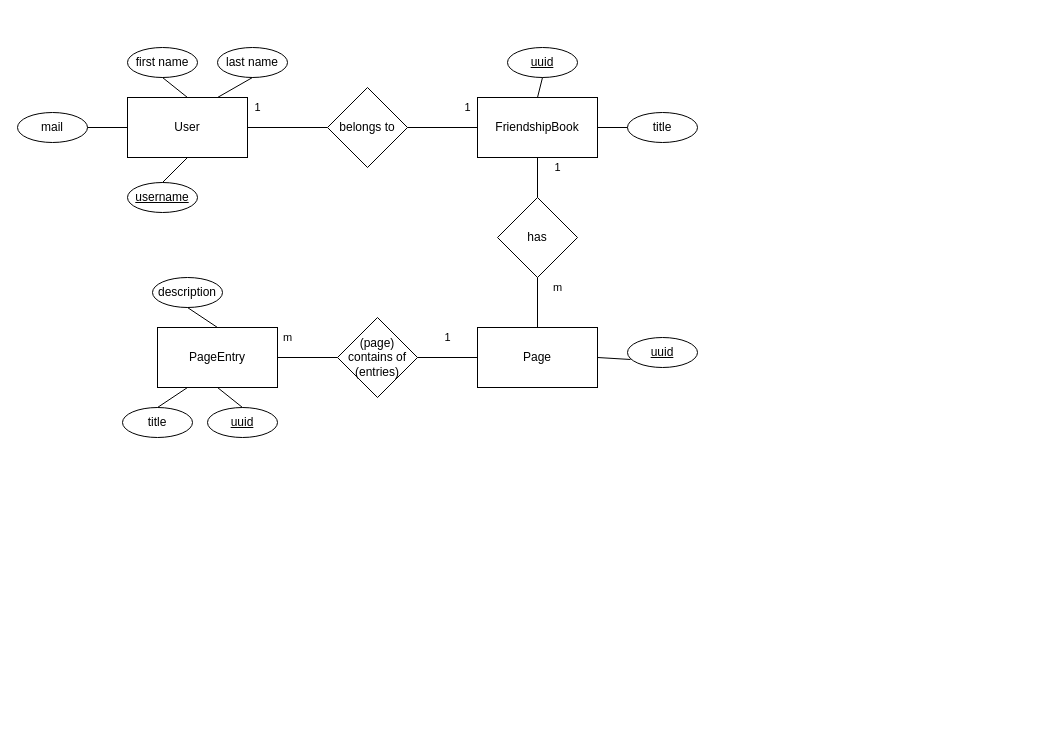
This is design/DatabaseERM.drawio from ninjeanne/bookly, a draw.io file, before an edit. Source tidied: cells renumbered, new cells numbered last; positions are measured from the earlier drawing's top-left corner, leaving out a move shared by most shapes. Both pictures are drawn from the tidied source at 100%, with x=0, y=0 at pixel (17, 47).
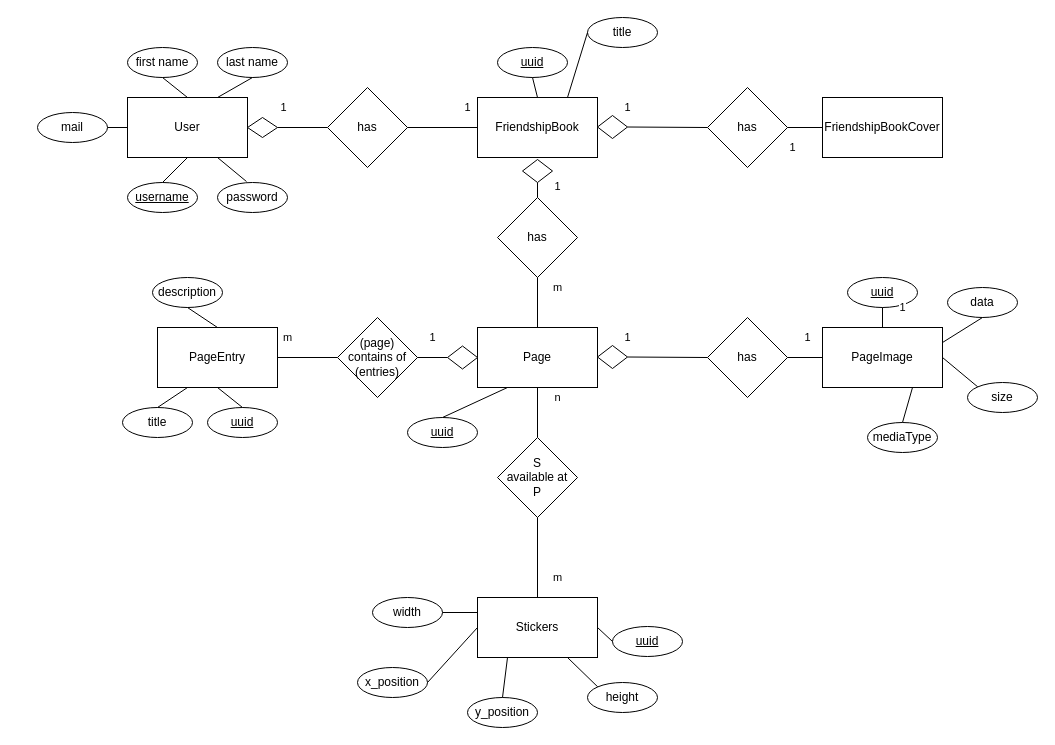
After the change.

Commit message (it also covers changes not shown here):
update database scheme

The change refers to these unchanged cells:
```xml
<mxCell id="2" value="User" style="rounded=0;whiteSpace=wrap;html=1;" parent="1" vertex="1">
  <mxGeometry x="110" y="50" width="120" height="60" as="geometry" />
</mxCell>
<mxCell id="3" value="FriendshipBook" style="rounded=0;whiteSpace=wrap;html=1;" parent="1" vertex="1">
  <mxGeometry x="460" y="50" width="120" height="60" as="geometry" />
</mxCell>
<mxCell id="4" value="Page" style="rounded=0;whiteSpace=wrap;html=1;" parent="1" vertex="1">
  <mxGeometry x="460" y="280" width="120" height="60" as="geometry" />
</mxCell>
<mxCell id="9" value="has" style="rhombus;whiteSpace=wrap;html=1;" parent="1" vertex="1">
  <mxGeometry x="480" y="150" width="80" height="80" as="geometry" />
</mxCell>
<mxCell id="12" value="(page) contains of (entries)" style="rhombus;whiteSpace=wrap;html=1;" parent="1" vertex="1">
  <mxGeometry x="320" y="270" width="80" height="80" as="geometry" />
</mxCell>
```

The edit, as a diff of the source:
```diff
@@
-    <mxCell id="6" value="1" style="endArrow=none;html=1;exitX=1;exitY=0.5;exitDx=0;exitDy=0;entryX=0;entryY=0.5;entryDx=0;entryDy=0;" parent="1" edge="1" source="2" target="7">
+    <mxCell id="6" value="1" style="endArrow=none;html=1;exitX=1;exitY=0.5;exitDx=0;exitDy=0;entryX=0;entryY=0.5;entryDx=0;entryDy=0;" parent="1" edge="1" source="39" target="7">
       <mxGeometry x="-0.75" y="20" relative="1" as="geometry" />
     </mxCell>
-    <mxCell id="7" value="belongs to" style="rhombus;whiteSpace=wrap;html=1;" parent="1" vertex="1">
+    <mxCell id="7" value="has" style="rhombus;whiteSpace=wrap;html=1;" parent="1" vertex="1">
       <mxGeometry x="310" y="40" width="80" height="80" as="geometry" />
     </mxCell>
@@
-    <mxCell id="10" value="1" style="endArrow=none;html=1;entryX=0.5;entryY=1;entryDx=0;entryDy=0;exitX=0.5;exitY=0;exitDx=0;exitDy=0;" parent="1" edge="1" source="9" target="3">
+    <mxCell id="10" value="1" style="endArrow=none;html=1;entryX=0.5;entryY=1;entryDx=0;entryDy=0;exitX=0.5;exitY=0;exitDx=0;exitDy=0;" parent="1" edge="1" source="9" target="47">
       <mxGeometry x="0.5" y="-20" relative="1" as="geometry" />
     </mxCell>
@@
-    <mxCell id="14" value="1" style="endArrow=none;html=1;entryX=0;entryY=0.5;entryDx=0;entryDy=0;exitX=1;exitY=0.5;exitDx=0;exitDy=0;" parent="1" edge="1" source="12" target="4">
+    <mxCell id="14" value="1" style="endArrow=none;html=1;entryX=0;entryY=0.5;entryDx=0;entryDy=0;exitX=1;exitY=0.5;exitDx=0;exitDy=0;" parent="1" edge="1" source="12" target="41">
       <mxGeometry y="20" relative="1" as="geometry" />
     </mxCell>
     <mxCell id="15" value="&lt;u&gt;uuid&lt;/u&gt;" style="ellipse;whiteSpace=wrap;html=1;" parent="1" vertex="1">
-      <mxGeometry x="610" y="290" width="70" height="30" as="geometry" />
+      <mxGeometry x="390" y="370" width="70" height="30" as="geometry" />
     </mxCell>
@@
     <mxCell id="17" value="&lt;u&gt;uuid&lt;/u&gt;" style="ellipse;whiteSpace=wrap;html=1;" parent="1" vertex="1">
-      <mxGeometry x="490" width="70" height="30" as="geometry" />
+      <mxGeometry x="480" width="70" height="30" as="geometry" />
     </mxCell>
@@
     <mxCell id="23" value="mail" style="ellipse;whiteSpace=wrap;html=1;" parent="1" vertex="1">
-      <mxGeometry y="65" width="70" height="30" as="geometry" />
+      <mxGeometry x="20" y="65" width="70" height="30" as="geometry" />
     </mxCell>
     <mxCell id="24" value="title" style="ellipse;whiteSpace=wrap;html=1;" parent="1" vertex="1">
-      <mxGeometry x="610" y="65" width="70" height="30" as="geometry" />
+      <mxGeometry x="570" y="-30" width="70" height="30" as="geometry" />
     </mxCell>
@@
-    <mxCell id="33" style="endArrow=none;html=1;entryX=0;entryY=0.5;entryDx=0;entryDy=0;exitX=1;exitY=0.5;exitDx=0;exitDy=0;" parent="1" edge="1" source="3" target="24">
+    <mxCell id="33" style="endArrow=none;html=1;entryX=0;entryY=0.5;entryDx=0;entryDy=0;exitX=0.75;exitY=0;exitDx=0;exitDy=0;" parent="1" edge="1" source="3" target="24">
       <mxGeometry relative="1" as="geometry" />
     </mxCell>
-    <mxCell id="34" style="endArrow=none;html=1;entryX=0.043;entryY=0.733;entryDx=0;entryDy=0;entryPerimeter=0;exitX=1;exitY=0.5;exitDx=0;exitDy=0;" parent="1" edge="1" source="4" target="15">
+    <mxCell id="34" style="endArrow=none;html=1;entryX=0.5;entryY=0;entryDx=0;entryDy=0;exitX=0.25;exitY=1;exitDx=0;exitDy=0;" parent="1" edge="1" source="4" target="15">
       <mxGeometry relative="1" as="geometry" />
     </mxCell>
+    <mxCell id="35" value="FriendshipBookCover" style="rounded=0;whiteSpace=wrap;html=1;" parent="1" vertex="1">
+      <mxGeometry x="805" y="50" width="120" height="60" as="geometry" />
+    </mxCell>
+    <mxCell id="36" value="has" style="rhombus;whiteSpace=wrap;html=1;" parent="1" vertex="1">
+      <mxGeometry x="690" y="40" width="80" height="80" as="geometry" />
+    </mxCell>
+    <mxCell id="37" value="1" style="endArrow=none;html=1;entryX=0;entryY=0.5;entryDx=0;entryDy=0;exitX=1;exitY=0.5;exitDx=0;exitDy=0;" parent="1" edge="1" source="36" target="35">
+      <mxGeometry x="-0.71" y="-20" relative="1" as="geometry" />
+    </mxCell>
+    <mxCell id="38" value="1" style="endArrow=none;html=1;exitX=1;exitY=0.5;exitDx=0;exitDy=0;entryX=0;entryY=0.5;entryDx=0;entryDy=0;" parent="1" edge="1" source="40" target="36">
+      <mxGeometry x="-1" y="20" relative="1" as="geometry" />
+    </mxCell>
+    <mxCell id="39" style="rhombus;whiteSpace=wrap;html=1;" parent="1" vertex="1">
+      <mxGeometry x="230" y="70" width="30" height="20" as="geometry" />
+    </mxCell>
+    <mxCell id="40" style="rhombus;whiteSpace=wrap;html=1;" parent="1" vertex="1">
+      <mxGeometry x="580" y="68" width="30" height="23" as="geometry" />
+    </mxCell>
+    <mxCell id="41" style="rhombus;whiteSpace=wrap;html=1;" parent="1" vertex="1">
+      <mxGeometry x="430" y="298.5" width="30" height="23" as="geometry" />
+    </mxCell>
+    <mxCell id="42" value="PageImage" style="rounded=0;whiteSpace=wrap;html=1;" parent="1" vertex="1">
+      <mxGeometry x="805" y="280" width="120" height="60" as="geometry" />
+    </mxCell>
+    <mxCell id="43" value="has" style="rhombus;whiteSpace=wrap;html=1;" parent="1" vertex="1">
+      <mxGeometry x="690" y="270" width="80" height="80" as="geometry" />
+    </mxCell>
+    <mxCell id="44" value="1" style="endArrow=none;html=1;entryX=0;entryY=0.5;entryDx=0;entryDy=0;exitX=1;exitY=0.5;exitDx=0;exitDy=0;" parent="1" edge="1" source="43" target="42">
+      <mxGeometry x="0.14" y="20" relative="1" as="geometry" />
+    </mxCell>
+    <mxCell id="45" value="1" style="endArrow=none;html=1;exitX=1;exitY=0.5;exitDx=0;exitDy=0;entryX=0;entryY=0.5;entryDx=0;entryDy=0;" parent="1" edge="1" source="46" target="43">
+      <mxGeometry x="-1" y="20" relative="1" as="geometry" />
+    </mxCell>
+    <mxCell id="46" style="rhombus;whiteSpace=wrap;html=1;" parent="1" vertex="1">
+      <mxGeometry x="580" y="298" width="30" height="23" as="geometry" />
+    </mxCell>
+    <mxCell id="47" style="rhombus;whiteSpace=wrap;html=1;" parent="1" vertex="1">
+      <mxGeometry x="505" y="112" width="30" height="23" as="geometry" />
+    </mxCell>
+    <mxCell id="48" value="&lt;u&gt;uuid&lt;/u&gt;" style="ellipse;whiteSpace=wrap;html=1;" parent="1" vertex="1">
+      <mxGeometry x="830" y="230" width="70" height="30" as="geometry" />
+    </mxCell>
+    <mxCell id="49" value="1" style="endArrow=none;html=1;exitX=0.5;exitY=1;exitDx=0;exitDy=0;entryX=0.5;entryY=0;entryDx=0;entryDy=0;" parent="1" edge="1" source="48" target="42">
+      <mxGeometry x="-1" y="20" relative="1" as="geometry" />
+    </mxCell>
+    <mxCell id="50" value="data" style="ellipse;whiteSpace=wrap;html=1;" parent="1" vertex="1">
+      <mxGeometry x="930" y="240" width="70" height="30" as="geometry" />
+    </mxCell>
+    <mxCell id="51" style="endArrow=none;html=1;exitX=0.5;exitY=1;exitDx=0;exitDy=0;entryX=1;entryY=0.25;entryDx=0;entryDy=0;" parent="1" edge="1" source="50" target="42">
+      <mxGeometry x="-1" y="20" relative="1" as="geometry" />
+    </mxCell>
+    <mxCell id="52" value="size" style="ellipse;whiteSpace=wrap;html=1;" parent="1" vertex="1">
+      <mxGeometry x="950" y="335" width="70" height="30" as="geometry" />
+    </mxCell>
+    <mxCell id="53" style="endArrow=none;html=1;exitX=0;exitY=0;exitDx=0;exitDy=0;entryX=1;entryY=0.5;entryDx=0;entryDy=0;" parent="1" edge="1" source="52" target="42">
+      <mxGeometry x="-1" y="20" relative="1" as="geometry" />
+    </mxCell>
+    <mxCell id="54" value="mediaType" style="ellipse;whiteSpace=wrap;html=1;" parent="1" vertex="1">
+      <mxGeometry x="850" y="375" width="70" height="30" as="geometry" />
+    </mxCell>
+    <mxCell id="55" style="endArrow=none;html=1;exitX=0.5;exitY=0;exitDx=0;exitDy=0;entryX=0.75;entryY=1;entryDx=0;entryDy=0;" parent="1" edge="1" source="54" target="42">
+      <mxGeometry x="-1" y="20" relative="1" as="geometry" />
+    </mxCell>
+    <mxCell id="56" value="password" style="ellipse;whiteSpace=wrap;html=1;" parent="1" vertex="1">
+      <mxGeometry x="200" y="135" width="70" height="30" as="geometry" />
+    </mxCell>
+    <mxCell id="57" style="endArrow=none;html=1;entryX=0.75;entryY=1;entryDx=0;entryDy=0;exitX=0.414;exitY=-0.033;exitDx=0;exitDy=0;exitPerimeter=0;" parent="1" edge="1" source="56" target="2">
+      <mxGeometry relative="1" as="geometry" />
+    </mxCell>
+    <mxCell id="58" value="Stickers" style="rounded=0;whiteSpace=wrap;html=1;" parent="1" vertex="1">
+      <mxGeometry x="460" y="550" width="120" height="60" as="geometry" />
+    </mxCell>
+    <mxCell id="59" value="x_position" style="ellipse;whiteSpace=wrap;html=1;" parent="1" vertex="1">
+      <mxGeometry x="340" y="620" width="70" height="30" as="geometry" />
+    </mxCell>
+    <mxCell id="60" value="y_position" style="ellipse;whiteSpace=wrap;html=1;" parent="1" vertex="1">
+      <mxGeometry x="450" y="650" width="70" height="30" as="geometry" />
+    </mxCell>
+    <mxCell id="61" value="width" style="ellipse;whiteSpace=wrap;html=1;" parent="1" vertex="1">
+      <mxGeometry x="355" y="550" width="70" height="30" as="geometry" />
+    </mxCell>
+    <mxCell id="62" value="height" style="ellipse;whiteSpace=wrap;html=1;" parent="1" vertex="1">
+      <mxGeometry x="570" y="635" width="70" height="30" as="geometry" />
+    </mxCell>
+    <mxCell id="63" style="endArrow=none;html=1;entryX=1;entryY=0.5;entryDx=0;entryDy=0;exitX=0;exitY=0.25;exitDx=0;exitDy=0;" parent="1" edge="1" source="58" target="61">
+      <mxGeometry x="-0.67" y="20" relative="1" as="geometry" />
+    </mxCell>
+    <mxCell id="64" value="&lt;u&gt;uuid&lt;/u&gt;" style="ellipse;whiteSpace=wrap;html=1;" parent="1" vertex="1">
+      <mxGeometry x="595" y="579" width="70" height="30" as="geometry" />
+    </mxCell>
+    <mxCell id="65" style="endArrow=none;html=1;entryX=1;entryY=0.5;entryDx=0;entryDy=0;exitX=0;exitY=0.5;exitDx=0;exitDy=0;" parent="1" edge="1" source="58" target="59">
+      <mxGeometry x="-0.67" y="20" relative="1" as="geometry" />
+    </mxCell>
+    <mxCell id="66" style="endArrow=none;html=1;entryX=0.5;entryY=0;entryDx=0;entryDy=0;exitX=0.25;exitY=1;exitDx=0;exitDy=0;" parent="1" edge="1" source="58" target="60">
+      <mxGeometry x="-0.67" y="20" relative="1" as="geometry" />
+    </mxCell>
+    <mxCell id="67" style="endArrow=none;html=1;entryX=0;entryY=0;entryDx=0;entryDy=0;exitX=0.75;exitY=1;exitDx=0;exitDy=0;" parent="1" edge="1" source="58" target="62">
+      <mxGeometry x="-0.67" y="20" relative="1" as="geometry" />
+    </mxCell>
+    <mxCell id="68" style="endArrow=none;html=1;entryX=1;entryY=0.5;entryDx=0;entryDy=0;exitX=0;exitY=0.5;exitDx=0;exitDy=0;" parent="1" edge="1" source="64" target="58">
+      <mxGeometry x="-0.67" y="20" relative="1" as="geometry" />
+    </mxCell>
+    <mxCell id="69" value="n" style="endArrow=none;html=1;exitX=0.5;exitY=1;exitDx=0;exitDy=0;entryX=0.5;entryY=0;entryDx=0;entryDy=0;" parent="1" edge="1" source="4" target="70">
+      <mxGeometry x="-0.6" y="20" relative="1" as="geometry" />
+    </mxCell>
+    <mxCell id="70" value="S&lt;br&gt;available at&lt;br&gt;P" style="rhombus;whiteSpace=wrap;html=1;" parent="1" vertex="1">
+      <mxGeometry x="480" y="390" width="80" height="80" as="geometry" />
+    </mxCell>
+    <mxCell id="71" value="m" style="endArrow=none;html=1;entryX=0.5;entryY=1;entryDx=0;entryDy=0;exitX=0.5;exitY=0;exitDx=0;exitDy=0;" parent="1" edge="1" source="58" target="70">
+      <mxGeometry x="-0.5" y="-20" relative="1" as="geometry" />
+    </mxCell>
```
